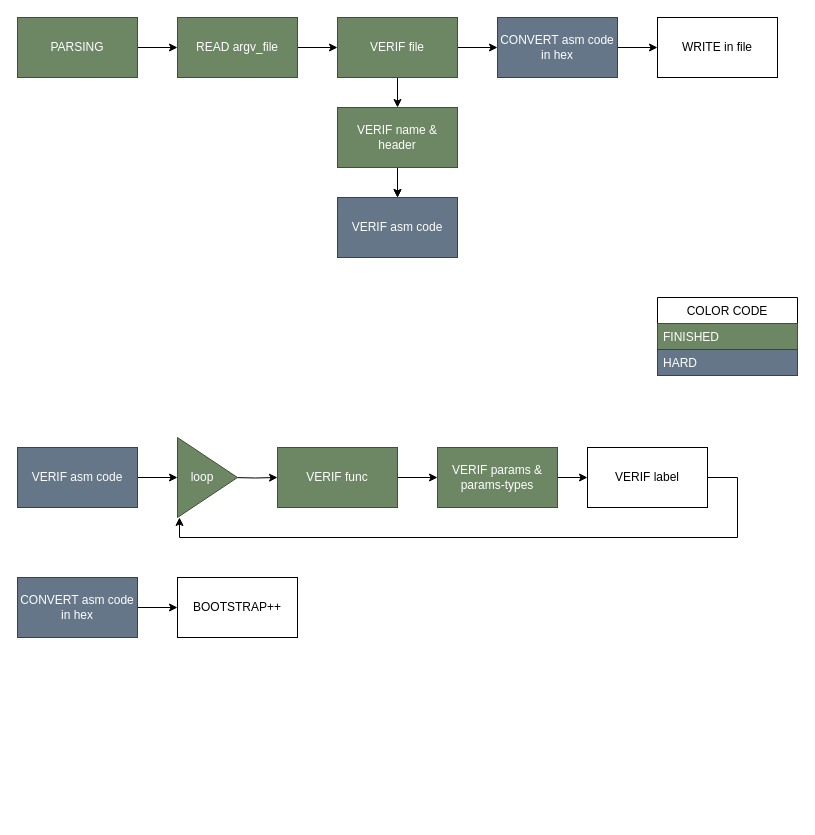
Above: archi/archi_asm.drawio in PierreMauger/Corewar (draw.io), before the change. Source tidied: cells renumbered, new cells numbered last; positions are measured from the earlier drawing's top-left corner, leaving out a move shared by most shapes. Both pictures are drawn from the tidied source at 100%, with x=0, y=0 at pixel (17, 17).
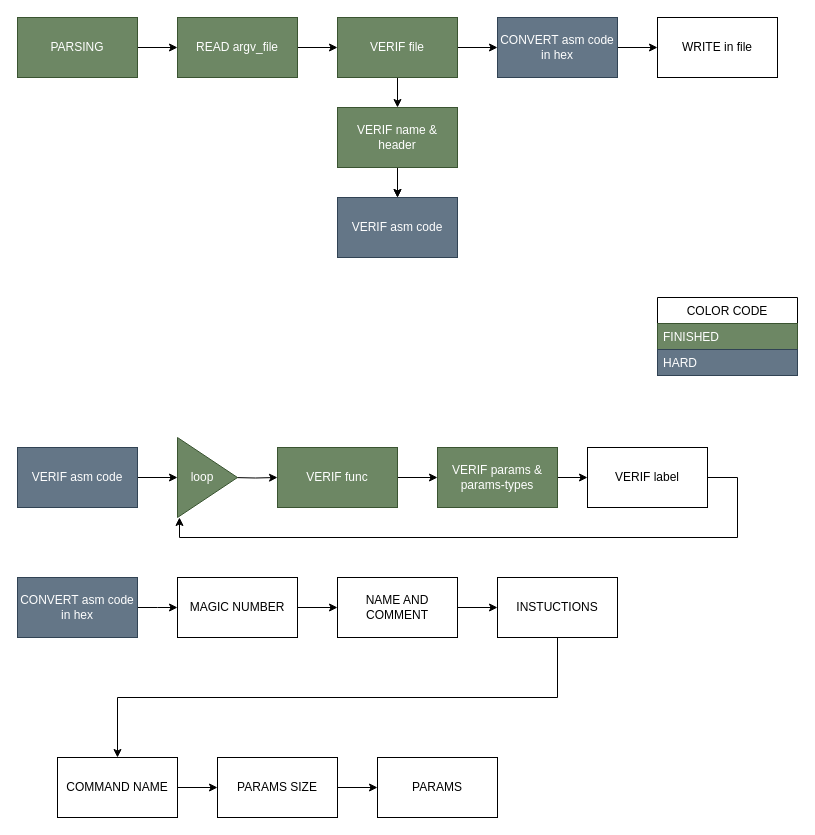
The same page after the edit.

Commit message:
FEAT: update asm writing

Unchanged cells that the change refers to:
```xml
<mxCell id="19" value="&lt;div&gt;CONVERT asm code&lt;br&gt;&lt;/div&gt;&lt;div&gt;in hex&lt;br&gt;&lt;/div&gt;" style="rounded=0;whiteSpace=wrap;html=1;fillColor=#647687;strokeColor=#314354;fontColor=#ffffff;" parent="1" vertex="1">
  <mxGeometry y="560" width="120" height="60" as="geometry" />
</mxCell>
```

The edit, as a diff of the source:
```diff
@@
-    <mxCell id="18" style="edgeStyle=orthogonalEdgeStyle;rounded=0;jettySize=auto;html=1;" parent="1" edge="1" source="19" target="20">
-      <mxGeometry relative="1" as="geometry" />
+    <mxCell id="18" style="edgeStyle=orthogonalEdgeStyle;rounded=0;jettySize=auto;html=1;" parent="1" edge="1" source="19">
+      <mxGeometry relative="1" as="geometry">
+        <mxPoint x="160" y="590" as="targetPoint" />
+      </mxGeometry>
     </mxCell>
@@
-    <mxCell id="20" value="BOOTSTRAP++" style="rounded=0;whiteSpace=wrap;html=1;" parent="1" vertex="1">
-      <mxGeometry x="160" y="560" width="120" height="60" as="geometry" />
-    </mxCell>
@@
+    <mxCell id="32" style="edgeStyle=orthogonalEdgeStyle;rounded=0;jettySize=auto;html=1;" parent="1" edge="1" source="33" target="35">
+      <mxGeometry relative="1" as="geometry" />
+    </mxCell>
+    <mxCell id="33" value="MAGIC NUMBER" style="rounded=0;whiteSpace=wrap;html=1;" parent="1" vertex="1">
+      <mxGeometry x="160" y="560" width="120" height="60" as="geometry" />
+    </mxCell>
+    <mxCell id="34" style="edgeStyle=orthogonalEdgeStyle;rounded=0;jettySize=auto;html=1;" parent="1" edge="1" source="35" target="37">
+      <mxGeometry relative="1" as="geometry" />
+    </mxCell>
+    <mxCell id="35" value="NAME AND COMMENT" style="rounded=0;whiteSpace=wrap;html=1;" parent="1" vertex="1">
+      <mxGeometry x="320" y="560" width="120" height="60" as="geometry" />
+    </mxCell>
+    <mxCell id="36" style="edgeStyle=orthogonalEdgeStyle;rounded=0;jettySize=auto;html=1;exitX=0.5;exitY=1;exitDx=0;exitDy=0;entryX=0.5;entryY=0;entryDx=0;entryDy=0;" parent="1" edge="1" source="37" target="39">
+      <mxGeometry relative="1" as="geometry" />
+    </mxCell>
+    <mxCell id="37" value="INSTUCTIONS" style="rounded=0;whiteSpace=wrap;html=1;" parent="1" vertex="1">
+      <mxGeometry x="480" y="560" width="120" height="60" as="geometry" />
+    </mxCell>
+    <mxCell id="38" style="edgeStyle=orthogonalEdgeStyle;rounded=0;jettySize=auto;html=1;" parent="1" edge="1" source="39" target="41">
+      <mxGeometry relative="1" as="geometry" />
+    </mxCell>
+    <mxCell id="39" value="COMMAND NAME" style="rounded=0;whiteSpace=wrap;html=1;" parent="1" vertex="1">
+      <mxGeometry x="40" y="740" width="120" height="60" as="geometry" />
+    </mxCell>
+    <mxCell id="40" style="edgeStyle=orthogonalEdgeStyle;rounded=0;jettySize=auto;html=1;" parent="1" edge="1" source="41" target="42">
+      <mxGeometry relative="1" as="geometry" />
+    </mxCell>
+    <mxCell id="41" value="PARAMS SIZE" style="rounded=0;whiteSpace=wrap;html=1;" parent="1" vertex="1">
+      <mxGeometry x="200" y="740" width="120" height="60" as="geometry" />
+    </mxCell>
+    <mxCell id="42" value="PARAMS" style="rounded=0;whiteSpace=wrap;html=1;" parent="1" vertex="1">
+      <mxGeometry x="360" y="740" width="120" height="60" as="geometry" />
+    </mxCell>
```
